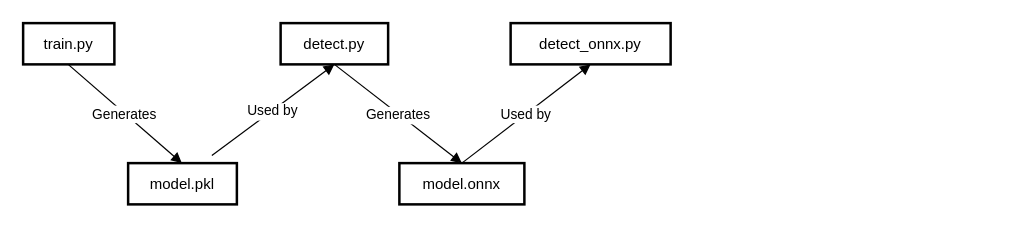
sjgcsf/os--- keeps this draw.io diagram as page "detect文件关系" (8 of 9) of start函数（监控）.drawio. Above is the earlier version. Source tidied: cells renumbered, new cells numbered last; positions are measured from the earlier drawing's top-left corner, leaving out a move shared by most shapes. Both pictures are drawn from the tidied source at 125%, with x=0, y=0 at pixel (22, 22).
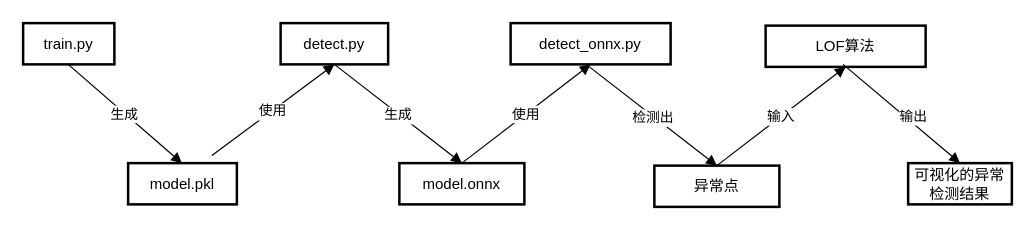
After the change.

Commit message:
更新start函数（监控）.drawio

Change to the diagram source:
```diff
@@
 <mxGraphModel>
   <root>
     <mxCell id="0" />
     <mxCell id="1" parent="0" />
     <mxCell id="2" value="train.py" style="whiteSpace=wrap;strokeWidth=2;" parent="1" vertex="1">
       <mxGeometry width="73" height="33" as="geometry" />
     </mxCell>
     <mxCell id="3" value="model.pkl" style="whiteSpace=wrap;strokeWidth=2;" parent="1" vertex="1">
       <mxGeometry x="84" y="112" width="87" height="33" as="geometry" />
     </mxCell>
     <mxCell id="4" value="detect.py" style="whiteSpace=wrap;strokeWidth=2;" parent="1" vertex="1">
       <mxGeometry x="206" width="86" height="33" as="geometry" />
     </mxCell>
     <mxCell id="5" value="model.onnx" style="whiteSpace=wrap;strokeWidth=2;" parent="1" vertex="1">
       <mxGeometry x="301" y="112" width="100" height="33" as="geometry" />
     </mxCell>
     <mxCell id="6" value="detect_onnx.py" style="whiteSpace=wrap;strokeWidth=2;" parent="1" vertex="1">
       <mxGeometry x="390" width="128" height="33" as="geometry" />
     </mxCell>
-    <mxCell id="7" value="Generates" style="curved=1;startArrow=none;endArrow=block;exitX=0.49343966131340966;exitY=1.0121212583599668;entryX=0.4944953479986081;entryY=-0.0060605713815400095;rounded=0;" parent="1" edge="1" source="2" target="3">
+    <mxCell id="7" value="生成" style="curved=1;startArrow=none;endArrow=block;exitX=0.49343966131340966;exitY=1.0121212583599668;entryX=0.4944953479986081;entryY=-0.0060605713815400095;rounded=0;" parent="1" edge="1" source="2" target="3">
       <mxGeometry relative="1" as="geometry" />
     </mxCell>
-    <mxCell id="8" value="Used by" style="curved=1;startArrow=none;endArrow=block;exitX=0.77;exitY=-0.182;entryX=0.5;entryY=1;rounded=0;exitDx=0;exitDy=0;exitPerimeter=0;entryDx=0;entryDy=0;" parent="1" edge="1" source="3" target="4">
+    <mxCell id="8" value="使用" style="curved=1;startArrow=none;endArrow=block;exitX=0.77;exitY=-0.182;entryX=0.5;entryY=1;rounded=0;exitDx=0;exitDy=0;exitPerimeter=0;entryDx=0;entryDy=0;" parent="1" edge="1" source="3" target="4">
       <mxGeometry relative="1" as="geometry" />
     </mxCell>
-    <mxCell id="9" value="Generates" style="curved=1;startArrow=none;endArrow=block;exitX=0.5002452939055687;exitY=1.0000001155968867;entryX=0.500210952758789;entryY=0.012121316158410275;rounded=0;" parent="1" edge="1" source="4" target="5">
+    <mxCell id="9" value="生成" style="curved=1;startArrow=none;endArrow=block;exitX=0.5002452939055687;exitY=1.0000001155968867;entryX=0.500210952758789;entryY=0.012121316158410275;rounded=0;" parent="1" edge="1" source="4" target="5">
       <mxGeometry relative="1" as="geometry" />
     </mxCell>
-    <mxCell id="10" value="Used by" style="curved=1;startArrow=none;endArrow=block;exitX=0.5;exitY=0;entryX=0.5;entryY=1;rounded=0;exitDx=0;exitDy=0;entryDx=0;entryDy=0;" parent="1" edge="1" source="5" target="6">
+    <mxCell id="10" value="使用" style="curved=1;startArrow=none;endArrow=block;exitX=0.5;exitY=0;entryX=0.5;entryY=1;rounded=0;exitDx=0;exitDy=0;entryDx=0;entryDy=0;" parent="1" edge="1" source="5" target="6">
       <mxGeometry relative="1" as="geometry" />
     </mxCell>
+    <mxCell id="11" value="异常点" style="whiteSpace=wrap;strokeWidth=2;" parent="1" vertex="1">
+      <mxGeometry x="505" y="114" width="100" height="33" as="geometry" />
+    </mxCell>
+    <mxCell id="12" value="LOF算法" style="whiteSpace=wrap;strokeWidth=2;" parent="1" vertex="1">
+      <mxGeometry x="594" y="2" width="128" height="33" as="geometry" />
+    </mxCell>
+    <mxCell id="13" value="检测出" style="curved=1;startArrow=none;endArrow=block;exitX=0.5002452939055687;exitY=1.0000001155968867;entryX=0.500210952758789;entryY=0.012121316158410275;rounded=0;" parent="1" edge="1" target="11">
+      <mxGeometry x="0.01" relative="1" as="geometry">
+        <mxPoint x="453" y="35" as="sourcePoint" />
+      </mxGeometry>
+    </mxCell>
+    <mxCell id="14" value="输入" style="curved=1;startArrow=none;endArrow=block;exitX=0.5;exitY=0;entryX=0.5;entryY=1;rounded=0;exitDx=0;exitDy=0;entryDx=0;entryDy=0;" parent="1" edge="1" source="11" target="12">
+      <mxGeometry relative="1" as="geometry" />
+    </mxCell>
+    <mxCell id="15" value="可视化的异常检测结果" style="whiteSpace=wrap;strokeWidth=2;" parent="1" vertex="1">
+      <mxGeometry x="708" y="112" width="83" height="33" as="geometry" />
+    </mxCell>
+    <mxCell id="16" value="输出" style="curved=1;startArrow=none;endArrow=block;exitX=0.5002452939055687;exitY=1.0000001155968867;entryX=0.500210952758789;entryY=0.012121316158410275;rounded=0;" parent="1" edge="1" target="15">
+      <mxGeometry x="0.14" y="5" relative="1" as="geometry">
+        <mxPoint x="656" y="33" as="sourcePoint" />
+      </mxGeometry>
+    </mxCell>
   </root>
 </mxGraphModel>
```
